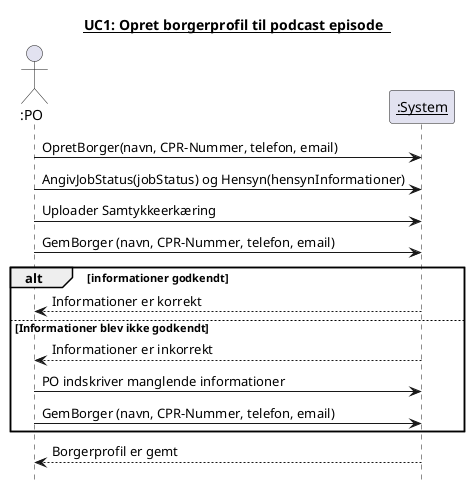
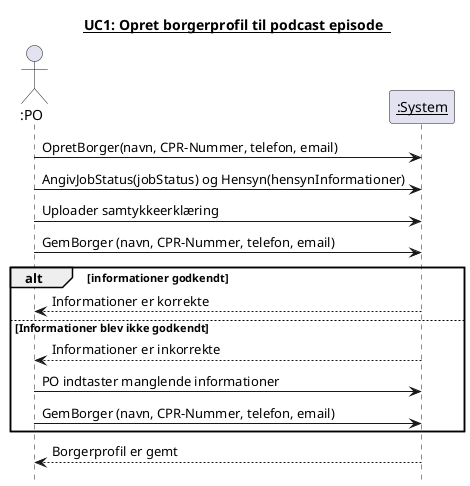
@startuml SSD
title <u>UC1: Opret borgerprofil til podcast episode  </u>

Actor ":PO" as PO
participant "<u>:System</u>" as System

PO -> System: OpretBorger(navn, CPR-Nummer, telefon, email)
PO -> System: AngivJobStatus(jobStatus) og Hensyn(hensynInformationer)
- PO -> System: Uploader Samtykkeerkæring
+ PO -> System: Uploader samtykkeerklæring
PO -> System: GemBorger (navn, CPR-Nummer, telefon, email)

alt informationer godkendt
- System --> PO: Informationer er korrekt
+ System --> PO: Informationer er korrekte

else Informationer blev ikke godkendt

- System --> PO: Informationer er inkorrekt
- PO -> System: PO indskriver manglende informationer
+ System --> PO: Informationer er inkorrekte
+ PO -> System: PO indtaster manglende informationer
PO -> System: GemBorger (navn, CPR-Nummer, telefon, email)
end
System --> PO: Borgerprofil er gemt


hide footbox

@enduml